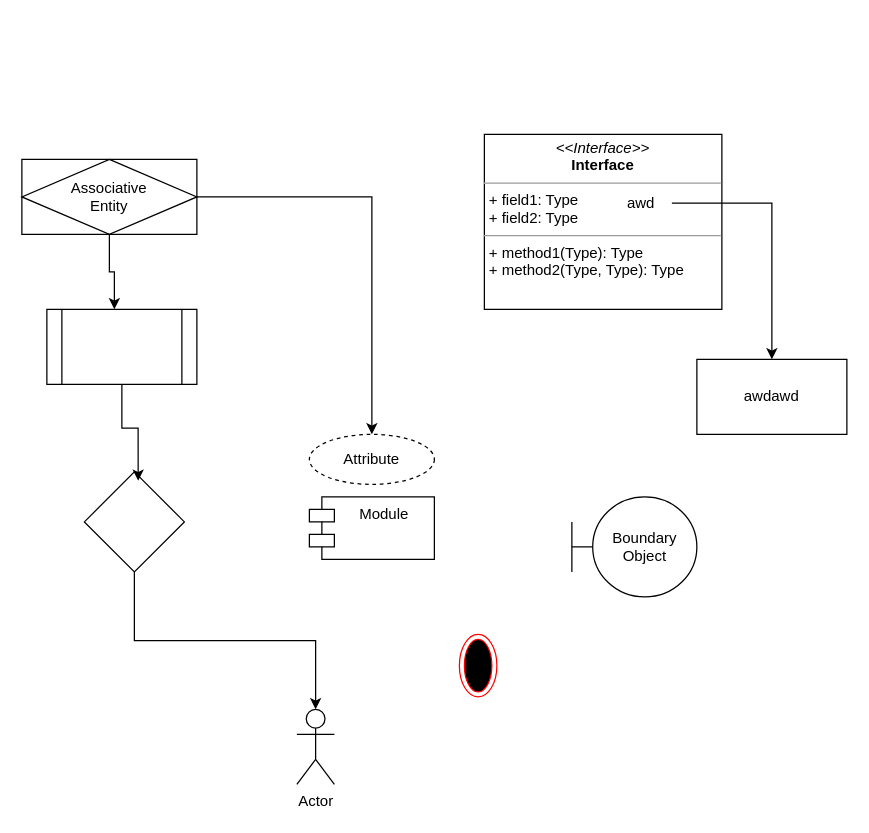
Before: pic/test.drawio in DeepDarkBoy48/GitCommand, a draw.io diagram. Source tidied: cells renumbered, new cells numbered last; positions are measured from the earlier drawing's top-left corner, leaving out a move shared by most shapes. Both pictures are drawn from the tidied source at 125%, with x=0, y=0 at pixel (21, 134).
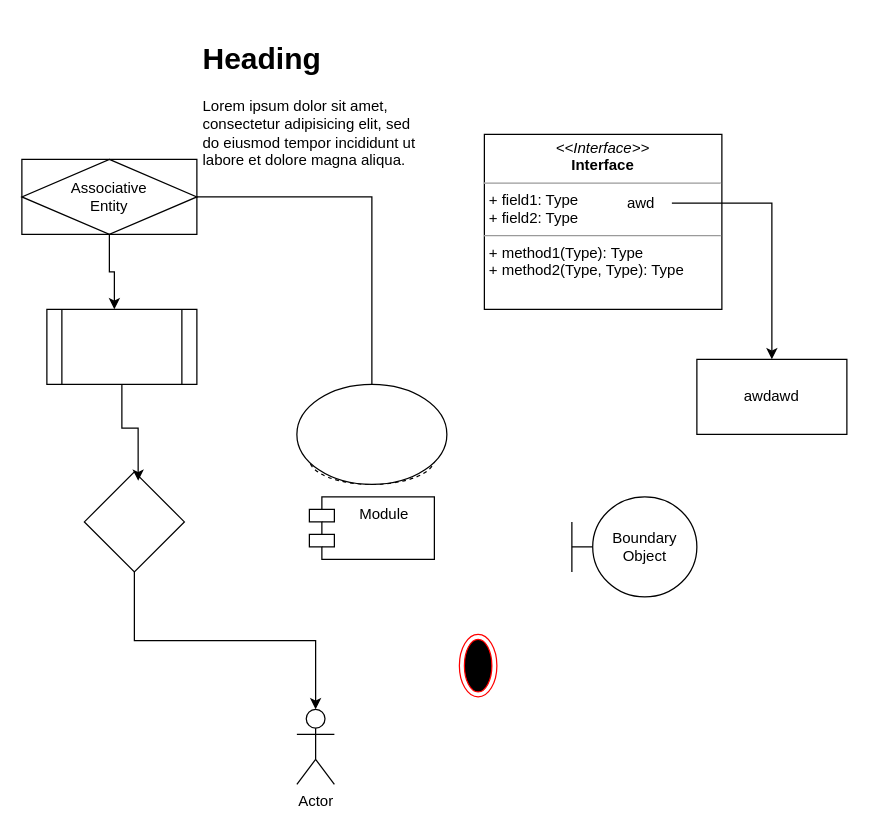
The same page after the edit.

The edit, as a diff of the source:
```diff
@@
 <mxGraphModel>
   <root>
     <mxCell id="0" />
     <mxCell id="1" parent="0" />
     <mxCell id="2" value="Attribute" style="ellipse;whiteSpace=wrap;html=1;align=center;dashed=1;" parent="1" vertex="1">
       <mxGeometry x="230" y="240" width="100" height="40" as="geometry" />
     </mxCell>
     <mxCell id="3" style="edgeStyle=orthogonalEdgeStyle;rounded=0;jettySize=auto;html=1;entryX=0.5;entryY=0;entryDx=0;entryDy=0;" parent="1" edge="1" source="4" target="2">
       <mxGeometry relative="1" as="geometry" />
     </mxCell>
     <mxCell id="4" value="Associative&#10;Entity" style="shape=associativeEntity;whiteSpace=wrap;html=1;align=center;" parent="1" vertex="1">
       <mxGeometry y="20" width="140" height="60" as="geometry" />
     </mxCell>
     <mxCell id="5" style="shape=process;whiteSpace=wrap;html=1;backgroundOutline=1;" parent="1" vertex="1">
       <mxGeometry x="20" y="140" width="120" height="60" as="geometry" />
     </mxCell>
     <mxCell id="6" style="rhombus;whiteSpace=wrap;html=1;" parent="1" vertex="1">
       <mxGeometry x="50" y="270" width="80" height="80" as="geometry" />
     </mxCell>
     <mxCell id="7" style="edgeStyle=orthogonalEdgeStyle;rounded=0;jettySize=auto;html=1;exitX=0.5;exitY=1;exitDx=0;exitDy=0;entryX=0.45;entryY=0;entryDx=0;entryDy=0;entryPerimeter=0;" parent="1" edge="1" source="4" target="5">
       <mxGeometry relative="1" as="geometry" />
     </mxCell>
     <mxCell id="8" style="edgeStyle=orthogonalEdgeStyle;rounded=0;jettySize=auto;html=1;entryX=0.538;entryY=0.088;entryDx=0;entryDy=0;entryPerimeter=0;" parent="1" edge="1" source="5" target="6">
       <mxGeometry relative="1" as="geometry" />
     </mxCell>
     <mxCell id="9" value="Actor" style="shape=umlActor;verticalLabelPosition=bottom;verticalAlign=top;html=1;outlineConnect=0;" parent="1" vertex="1">
       <mxGeometry x="220" y="460" width="30" height="60" as="geometry" />
     </mxCell>
     <mxCell id="10" style="edgeStyle=orthogonalEdgeStyle;rounded=0;jettySize=auto;html=1;exitX=0.5;exitY=1;exitDx=0;exitDy=0;entryX=0.5;entryY=0;entryDx=0;entryDy=0;entryPerimeter=0;" parent="1" edge="1" source="6" target="9">
       <mxGeometry relative="1" as="geometry" />
     </mxCell>
     <mxCell id="11" value="Module" style="shape=module;align=left;spacingLeft=20;align=center;verticalAlign=top;whiteSpace=wrap;html=1;" parent="1" vertex="1">
       <mxGeometry x="230" y="290" width="100" height="50" as="geometry" />
     </mxCell>
     <mxCell id="12" style="ellipse;html=1;shape=endState;fillColor=#000000;strokeColor=#ff0000;" parent="1" vertex="1">
       <mxGeometry x="350" y="400" width="30" height="50" as="geometry" />
     </mxCell>
     <mxCell id="13" value="Boundary Object" style="shape=umlBoundary;whiteSpace=wrap;html=1;" parent="1" vertex="1">
       <mxGeometry x="440" y="290" width="100" height="80" as="geometry" />
     </mxCell>
     <mxCell id="14" value="&lt;p style=&quot;margin:0px;margin-top:4px;text-align:center;&quot;&gt;&lt;i&gt;&amp;lt;&amp;lt;Interface&amp;gt;&amp;gt;&lt;/i&gt;&lt;br/&gt;&lt;b&gt;Interface&lt;/b&gt;&lt;/p&gt;&lt;hr size=&quot;1&quot;/&gt;&lt;p style=&quot;margin:0px;margin-left:4px;&quot;&gt;+ field1: Type&lt;br/&gt;+ field2: Type&lt;/p&gt;&lt;hr size=&quot;1&quot;/&gt;&lt;p style=&quot;margin:0px;margin-left:4px;&quot;&gt;+ method1(Type): Type&lt;br/&gt;+ method2(Type, Type): Type&lt;/p&gt;" style="verticalAlign=top;align=left;overflow=fill;fontSize=12;fontFamily=Helvetica;html=1;whiteSpace=wrap;" parent="1" vertex="1">
       <mxGeometry x="370" width="190" height="140" as="geometry" />
     </mxCell>
     <mxCell id="15" style="edgeStyle=orthogonalEdgeStyle;rounded=0;jettySize=auto;html=1;" parent="1" edge="1" source="16" target="17">
       <mxGeometry relative="1" as="geometry" />
     </mxCell>
     <mxCell id="16" value="awd" style="text;html=1;align=center;verticalAlign=middle;points=[];strokeColor=none;fillColor=none;" parent="1" vertex="1">
       <mxGeometry x="470" y="40" width="50" height="30" as="geometry" />
     </mxCell>
     <mxCell id="17" value="awdawd" style="whiteSpace=wrap;html=1;" parent="1" vertex="1">
       <mxGeometry x="540" y="180" width="120" height="60" as="geometry" />
     </mxCell>
+    <mxCell id="18" style="ellipse;whiteSpace=wrap;html=1;" parent="1" vertex="1">
+      <mxGeometry x="220" y="200" width="120" height="80" as="geometry" />
+    </mxCell>
+    <mxCell id="19" value="&lt;h1&gt;Heading&lt;/h1&gt;&lt;p&gt;Lorem ipsum dolor sit amet, consectetur adipisicing elit, sed do eiusmod tempor incididunt ut labore et dolore magna aliqua.&lt;/p&gt;" style="text;html=1;strokeColor=none;fillColor=none;spacing=5;spacingTop=-20;whiteSpace=wrap;overflow=hidden;rounded=0;" parent="1" vertex="1">
+      <mxGeometry x="140" y="-80" width="190" height="120" as="geometry" />
+    </mxCell>
   </root>
 </mxGraphModel>
```
